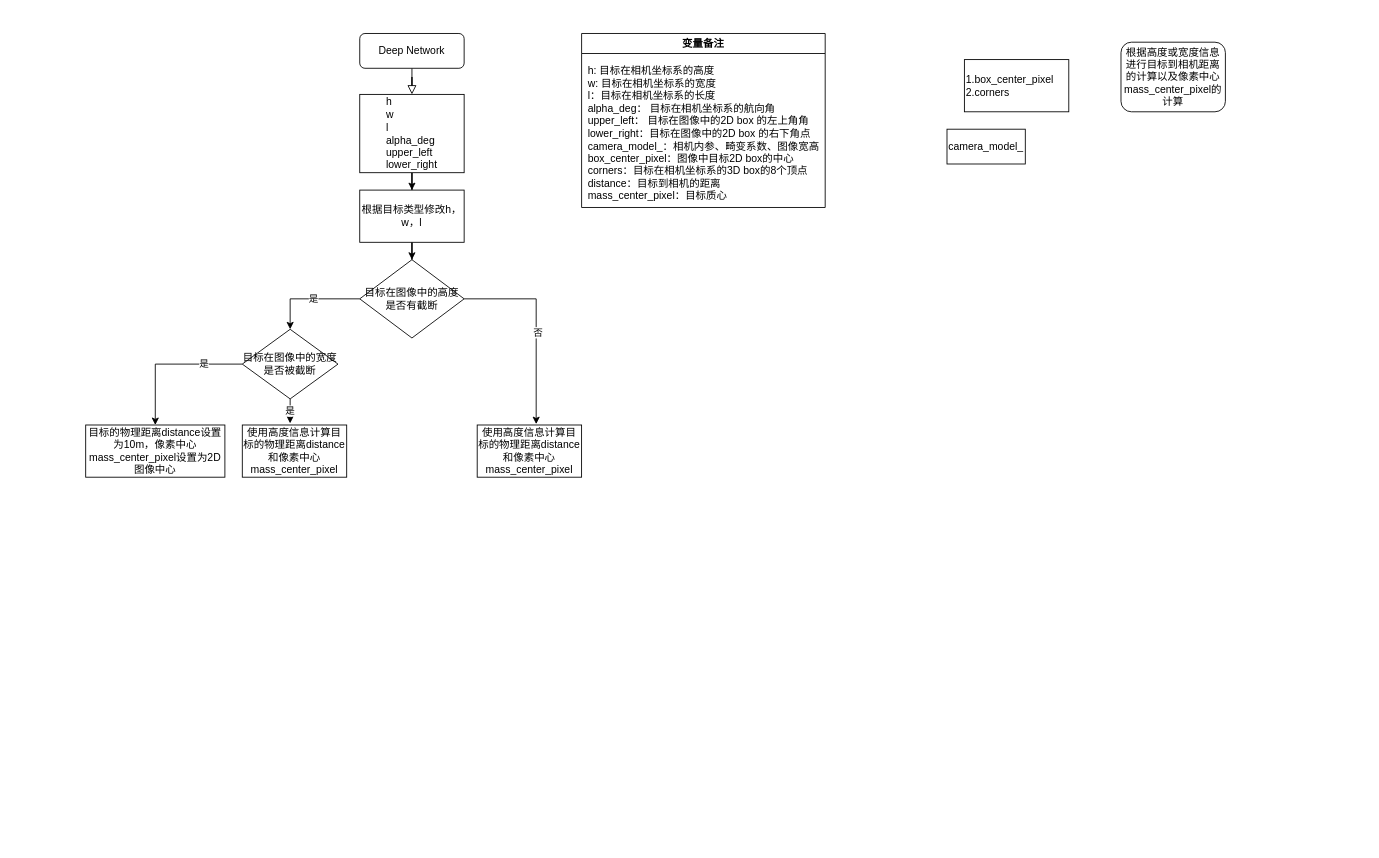
Above: apollo_2d_to_3d.drawio in bugquella/diagrams (draw.io), before the change. Source tidied: cells renumbered, new cells numbered last; positions are measured from the earlier drawing's top-left corner, leaving out a move shared by most shapes. Both pictures are drawn from the tidied source at 87%, with x=0, y=0 at pixel (85, 33).
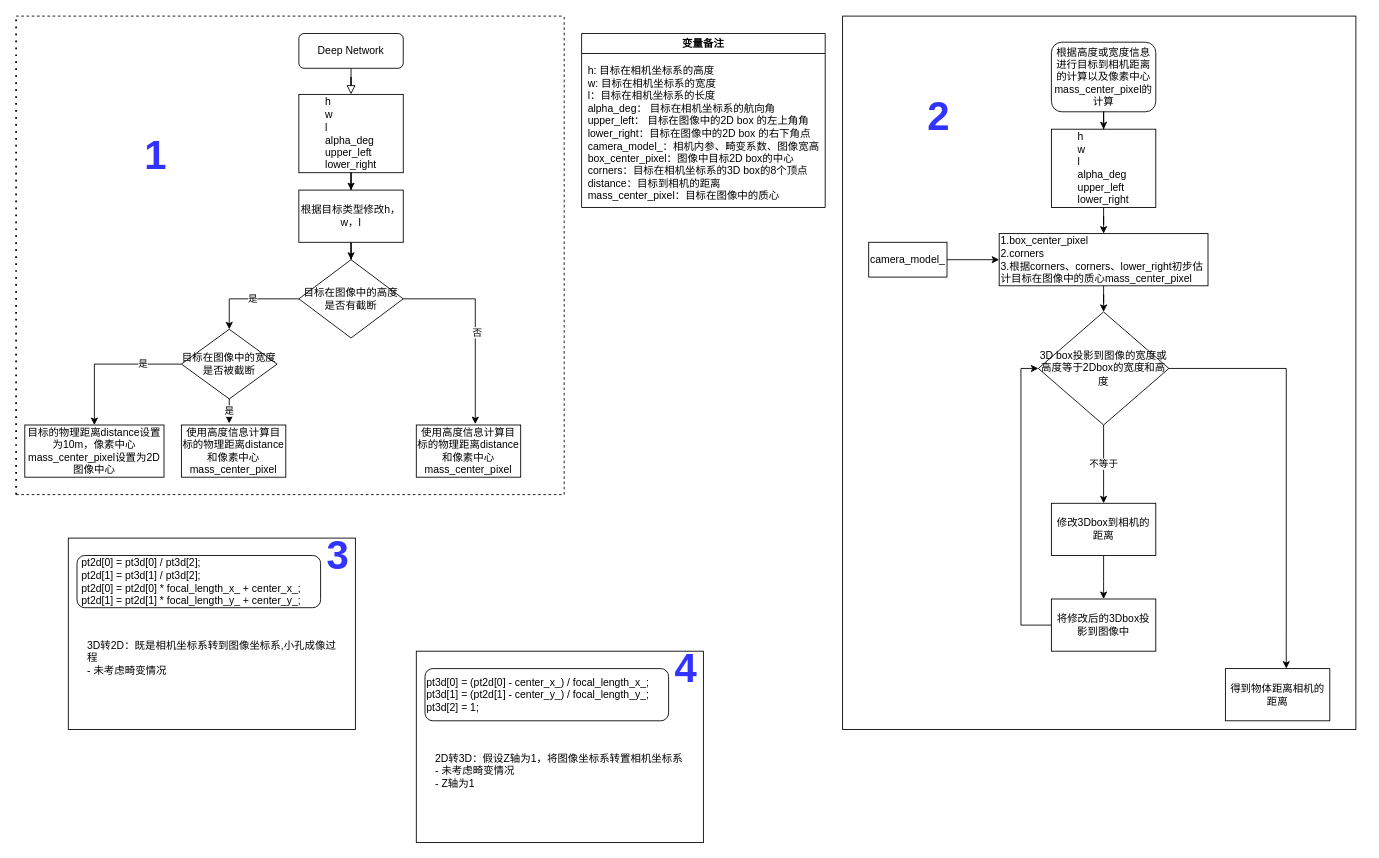
The same diagram, later.

The change refers to these unchanged cells:
```xml
<mxCell id="4" value="变量备注" style="swimlane;" parent="1" vertex="1">
  <mxGeometry x="570" width="280" height="200" as="geometry" />
</mxCell>
```

Diff of the diagram source:
```diff
@@
-    <mxCell id="2" style="rounded=0;html=1;jettySize=auto;fontSize=11;endArrow=block;endFill=0;endSize=8;strokeWidth=1;shadow=0;labelBackgroundColor=none;edgeStyle=orthogonalEdgeStyle;entryX=0.5;entryY=0;entryDx=0;entryDy=0;" parent="1" edge="1" source="3" target="7">
-      <mxGeometry relative="1" as="geometry" />
-    </mxCell>
-    <mxCell id="3" value="Deep Network" style="rounded=1;whiteSpace=wrap;html=1;fontSize=12;glass=0;strokeWidth=1;shadow=0;" parent="1" vertex="1">
-      <mxGeometry x="315" width="120" height="40" as="geometry" />
-    </mxCell>
@@
-    <mxCell id="5" value="&lt;div align=&quot;left&quot;&gt;h: 目标在相机坐标系的高度&lt;br&gt;w: 目标在相机坐标系的宽度&lt;br&gt;l：目标在相机坐标系的长度&lt;br&gt;alpha_deg： 目标在相机坐标系的航向角&lt;/div&gt;&lt;div align=&quot;left&quot;&gt;upper_left： 目标在图像中的2D box 的左上角角&lt;br&gt;lower_right：目标在图像中的2D box 的右下角点&lt;br&gt;&lt;div&gt;camera_model_：相机内参、畸变系数、图像宽高&lt;/div&gt;&lt;div&gt;box_center_pixel：图像中目标2D box的中心&lt;/div&gt;&lt;div&gt;corners：目标在相机坐标系的3D box的8个顶点&lt;/div&gt;&lt;div&gt;distance：目标到相机的距离&lt;/div&gt;&lt;div&gt;mass_center_pixel：目标质心&lt;/div&gt;&lt;/div&gt;" style="text;html=1;align=center;verticalAlign=middle;strokeColor=none;" parent="4" vertex="1">
+    <mxCell id="5" value="&lt;div align=&quot;left&quot;&gt;h: 目标在相机坐标系的高度&lt;br&gt;w: 目标在相机坐标系的宽度&lt;br&gt;l：目标在相机坐标系的长度&lt;br&gt;alpha_deg： 目标在相机坐标系的航向角&lt;/div&gt;&lt;div align=&quot;left&quot;&gt;upper_left： 目标在图像中的2D box 的左上角角&lt;br&gt;lower_right：目标在图像中的2D box 的右下角点&lt;br&gt;&lt;div&gt;camera_model_：相机内参、畸变系数、图像宽高&lt;/div&gt;&lt;div&gt;box_center_pixel：图像中目标2D box的中心&lt;/div&gt;&lt;div&gt;corners：目标在相机坐标系的3D box的8个顶点&lt;/div&gt;&lt;div&gt;distance：目标到相机的距离&lt;/div&gt;&lt;div&gt;mass_center_pixel：目标在图像中的质心&lt;/div&gt;&lt;/div&gt;" style="text;html=1;align=center;verticalAlign=middle;strokeColor=none;" parent="4" vertex="1">
       <mxGeometry y="35" width="280" height="160" as="geometry" />
     </mxCell>
-    <mxCell id="6" style="edgeStyle=orthogonalEdgeStyle;rounded=0;jettySize=auto;html=1;" parent="1" edge="1" source="7" target="15">
-      <mxGeometry relative="1" as="geometry" />
-    </mxCell>
+    <mxCell id="25" style="group;" parent="1" vertex="1">
+      <mxGeometry x="-80" y="-20" width="630" height="550" as="geometry" />
+    </mxCell>
+    <mxCell id="26" style="group;" parent="25" vertex="1">
+      <mxGeometry x="10" y="20" width="570" height="510" as="geometry" />
+    </mxCell>
+    <mxCell id="3" value="Deep Network" style="rounded=1;whiteSpace=wrap;html=1;fontSize=12;glass=0;strokeWidth=1;shadow=0;" parent="26" vertex="1">
+      <mxGeometry x="315" width="120" height="40" as="geometry" />
+    </mxCell>
-    <mxCell id="7" value="&lt;div align=&quot;left&quot;&gt;h&lt;br&gt;w&lt;br&gt;l&lt;br&gt;alpha_deg&lt;/div&gt;&lt;div align=&quot;left&quot;&gt;upper_left&lt;br&gt;lower_right&lt;/div&gt;" style="rounded=0;whiteSpace=wrap;html=1;" parent="1" vertex="1">
+    <mxCell id="7" value="&lt;div align=&quot;left&quot;&gt;h&lt;br&gt;w&lt;br&gt;l&lt;br&gt;alpha_deg&lt;/div&gt;&lt;div align=&quot;left&quot;&gt;upper_left&lt;br&gt;lower_right&lt;/div&gt;" style="rounded=0;whiteSpace=wrap;html=1;" parent="26" vertex="1">
       <mxGeometry x="315" y="70" width="120" height="90" as="geometry" />
     </mxCell>
+    <mxCell id="2" style="rounded=0;html=1;jettySize=auto;fontSize=11;endArrow=block;endFill=0;endSize=8;strokeWidth=1;shadow=0;labelBackgroundColor=none;edgeStyle=orthogonalEdgeStyle;entryX=0.5;entryY=0;entryDx=0;entryDy=0;" parent="26" edge="1" source="3" target="7">
+      <mxGeometry relative="1" as="geometry" />
+    </mxCell>
+    <mxCell id="12" value="&lt;div&gt;目标在图像中的高度是否有截断&lt;/div&gt;" style="rhombus;whiteSpace=wrap;html=1;align=center;" parent="26" vertex="1">
+      <mxGeometry x="315" y="260" width="120" height="90" as="geometry" />
+    </mxCell>
+    <mxCell id="13" value="使用高度信息计算目标的物理距离distance和像素中心mass_center_pixel" style="rounded=0;whiteSpace=wrap;html=1;align=center;" parent="26" vertex="1">
+      <mxGeometry x="450" y="450" width="120" height="60" as="geometry" />
+    </mxCell>
-    <mxCell id="8" style="edgeStyle=orthogonalEdgeStyle;rounded=0;jettySize=auto;html=1;entryX=0.565;entryY=-0.017;entryDx=0;entryDy=0;entryPerimeter=0;" parent="1" edge="1" source="12" target="13">
+    <mxCell id="8" style="edgeStyle=orthogonalEdgeStyle;rounded=0;jettySize=auto;html=1;entryX=0.565;entryY=-0.017;entryDx=0;entryDy=0;entryPerimeter=0;" parent="26" edge="1" source="12" target="13">
       <mxGeometry relative="1" as="geometry" />
     </mxCell>
@@
+    <mxCell id="14" style="edgeStyle=orthogonalEdgeStyle;rounded=0;jettySize=auto;html=1;" parent="26" edge="1" source="15" target="12">
+      <mxGeometry relative="1" as="geometry" />
+    </mxCell>
+    <mxCell id="15" value="根据目标类型修改h，w，l" style="rounded=0;whiteSpace=wrap;html=1;align=center;" parent="26" vertex="1">
+      <mxGeometry x="315" y="180" width="120" height="60" as="geometry" />
+    </mxCell>
+    <mxCell id="6" style="edgeStyle=orthogonalEdgeStyle;rounded=0;jettySize=auto;html=1;" parent="26" edge="1" source="7" target="15">
+      <mxGeometry relative="1" as="geometry" />
+    </mxCell>
+    <mxCell id="19" value="目标在图像中的宽度是否被截断" style="rhombus;whiteSpace=wrap;html=1;align=center;" parent="26" vertex="1">
+      <mxGeometry x="180" y="340" width="110" height="80" as="geometry" />
+    </mxCell>
-    <mxCell id="10" style="edgeStyle=orthogonalEdgeStyle;rounded=0;jettySize=auto;html=1;entryX=0.5;entryY=0;entryDx=0;entryDy=0;" parent="1" edge="1" source="12" target="19">
+    <mxCell id="10" style="edgeStyle=orthogonalEdgeStyle;rounded=0;jettySize=auto;html=1;entryX=0.5;entryY=0;entryDx=0;entryDy=0;" parent="26" edge="1" source="12" target="19">
       <mxGeometry relative="1" as="geometry" />
     </mxCell>
@@
-    <mxCell id="12" value="&lt;div&gt;目标在图像中的高度是否有截断&lt;/div&gt;" style="rhombus;whiteSpace=wrap;html=1;align=center;" parent="1" vertex="1">
-      <mxGeometry x="315" y="260" width="120" height="90" as="geometry" />
-    </mxCell>
-    <mxCell id="13" value="使用高度信息计算目标的物理距离distance和像素中心mass_center_pixel" style="rounded=0;whiteSpace=wrap;html=1;align=center;" parent="1" vertex="1">
-      <mxGeometry x="450" y="450" width="120" height="60" as="geometry" />
-    </mxCell>
-    <mxCell id="14" style="edgeStyle=orthogonalEdgeStyle;rounded=0;jettySize=auto;html=1;" parent="1" edge="1" source="15" target="12">
-      <mxGeometry relative="1" as="geometry" />
-    </mxCell>
-    <mxCell id="15" value="根据目标类型修改h，w，l" style="rounded=0;whiteSpace=wrap;html=1;align=center;" parent="1" vertex="1">
-      <mxGeometry x="315" y="180" width="120" height="60" as="geometry" />
-    </mxCell>
+    <mxCell id="20" value="目标的物理距离distance设置为10m，像素中心mass_center_pixel设置为2D图像中心" style="rounded=0;whiteSpace=wrap;html=1;align=center;" parent="26" vertex="1">
+      <mxGeometry y="450" width="160" height="60" as="geometry" />
+    </mxCell>
-    <mxCell id="16" style="edgeStyle=orthogonalEdgeStyle;rounded=0;jettySize=auto;html=1;entryX=0.5;entryY=0;entryDx=0;entryDy=0;" parent="1" edge="1" source="19" target="20">
+    <mxCell id="16" style="edgeStyle=orthogonalEdgeStyle;rounded=0;jettySize=auto;html=1;entryX=0.5;entryY=0;entryDx=0;entryDy=0;" parent="26" edge="1" source="19" target="20">
       <mxGeometry relative="1" as="geometry" />
     </mxCell>
@@
+    <mxCell id="21" value="使用高度信息计算目标的物理距离distance和像素中心mass_center_pixel" style="rounded=0;whiteSpace=wrap;html=1;align=center;" parent="26" vertex="1">
+      <mxGeometry x="180" y="450" width="120" height="60" as="geometry" />
+    </mxCell>
-    <mxCell id="18" value="是" style="edgeStyle=orthogonalEdgeStyle;rounded=0;jettySize=auto;html=1;entryX=0.458;entryY=-0.031;entryDx=0;entryDy=0;entryPerimeter=0;" parent="1" edge="1" source="19" target="21">
+    <mxCell id="18" value="是" style="edgeStyle=orthogonalEdgeStyle;rounded=0;jettySize=auto;html=1;entryX=0.458;entryY=-0.031;entryDx=0;entryDy=0;entryPerimeter=0;" parent="26" edge="1" source="19" target="21">
       <mxGeometry relative="1" as="geometry">
         <Array as="points">
           <mxPoint x="235" y="430" />
           <mxPoint x="235" y="430" />
         </Array>
       </mxGeometry>
     </mxCell>
-    <mxCell id="19" value="目标在图像中的宽度是否被截断" style="rhombus;whiteSpace=wrap;html=1;align=center;" parent="1" vertex="1">
-      <mxGeometry x="180" y="340" width="110" height="80" as="geometry" />
-    </mxCell>
-    <mxCell id="20" value="目标的物理距离distance设置为10m，像素中心mass_center_pixel设置为2D图像中心" style="rounded=0;whiteSpace=wrap;html=1;align=center;" parent="1" vertex="1">
-      <mxGeometry y="450" width="160" height="60" as="geometry" />
-    </mxCell>
-    <mxCell id="21" value="使用高度信息计算目标的物理距离distance和像素中心mass_center_pixel" style="rounded=0;whiteSpace=wrap;html=1;align=center;" parent="1" vertex="1">
-      <mxGeometry x="180" y="450" width="120" height="60" as="geometry" />
-    </mxCell>
+    <mxCell id="27" value="&lt;font style=&quot;font-size: 46px&quot; color=&quot;#3333FF&quot;&gt;&lt;b&gt;1&lt;/b&gt;&lt;/font&gt;" style="text;html=1;align=center;verticalAlign=middle;strokeColor=none;" parent="26" vertex="1">
+      <mxGeometry x="130" y="125" width="40" height="30" as="geometry" />
+    </mxCell>
+    <mxCell id="28" style="endArrow=none;dashed=1;html=1;" parent="26" edge="1">
+      <mxGeometry relative="1" as="geometry">
+        <mxPoint x="-10" y="-20" as="sourcePoint" />
+        <mxPoint x="620" y="-20" as="targetPoint" />
+      </mxGeometry>
+    </mxCell>
+    <mxCell id="29" style="endArrow=none;dashed=1;html=1;dashPattern=1 3;strokeWidth=2;" parent="25" edge="1">
+      <mxGeometry relative="1" as="geometry">
+        <mxPoint y="550" as="sourcePoint" />
+        <mxPoint as="targetPoint" />
+      </mxGeometry>
+    </mxCell>
+    <mxCell id="30" style="endArrow=none;dashed=1;html=1;" parent="25" edge="1">
+      <mxGeometry relative="1" as="geometry">
+        <mxPoint y="550" as="sourcePoint" />
+        <mxPoint x="630" y="550" as="targetPoint" />
+      </mxGeometry>
+    </mxCell>
+    <mxCell id="31" style="endArrow=none;dashed=1;html=1;" parent="25" edge="1">
+      <mxGeometry relative="1" as="geometry">
+        <mxPoint x="630" y="550" as="sourcePoint" />
+        <mxPoint x="630" as="targetPoint" />
+      </mxGeometry>
+    </mxCell>
+    <mxCell id="32" style="group;" parent="1" vertex="1">
+      <mxGeometry x="870" y="-20" width="600" height="830" as="geometry" />
+    </mxCell>
+    <mxCell id="33" style="rounded=0;whiteSpace=wrap;html=1;align=center;" parent="32" vertex="1">
+      <mxGeometry width="590" height="820" as="geometry" />
+    </mxCell>
+    <mxCell id="34" style="group;" parent="32" vertex="1">
+      <mxGeometry x="30" y="30" width="570" height="800" as="geometry" />
+    </mxCell>
-    <mxCell id="22" value="根据高度或宽度信息进行目标到相机距离的计算以及像素中心mass_center_pixel的计算" style="rounded=1;whiteSpace=wrap;html=1;fontSize=12;glass=0;strokeWidth=1;shadow=0;" parent="1" vertex="1">
-      <mxGeometry x="1190" y="10" width="120" height="80" as="geometry" />
+    <mxCell id="22" value="根据高度或宽度信息进行目标到相机距离的计算以及像素中心mass_center_pixel的计算" style="rounded=1;whiteSpace=wrap;html=1;fontSize=12;glass=0;strokeWidth=1;shadow=0;" parent="34" vertex="1">
+      <mxGeometry x="210" width="120" height="80" as="geometry" />
     </mxCell>
-    <mxCell id="23" value="&lt;div&gt;camera_model_&lt;/div&gt;" style="rounded=0;whiteSpace=wrap;html=1;" parent="1" vertex="1">
-      <mxGeometry x="990" y="110" width="90" height="40" as="geometry" />
+    <mxCell id="23" value="&lt;div&gt;camera_model_&lt;/div&gt;" style="rounded=0;whiteSpace=wrap;html=1;" parent="34" vertex="1">
+      <mxGeometry y="230" width="90" height="40" as="geometry" />
     </mxCell>
-    <mxCell id="24" value="&lt;div&gt;1.box_center_pixel&lt;/div&gt;&lt;div&gt;2.corners&lt;br&gt;&lt;/div&gt;" style="rounded=0;whiteSpace=wrap;html=1;align=left;" parent="1" vertex="1">
-      <mxGeometry x="1010" y="30" width="120" height="60" as="geometry" />
+    <mxCell id="24" value="&lt;div&gt;1.box_center_pixel&lt;/div&gt;&lt;div&gt;2.corners&lt;/div&gt;&lt;div&gt;3.根据corners、corners、lower_right初步估计目标在图像中的质心mass_center_pixel&lt;/div&gt;" style="rounded=0;whiteSpace=wrap;html=1;align=left;" parent="34" vertex="1">
+      <mxGeometry x="150" y="220" width="240" height="60" as="geometry" />
     </mxCell>
+    <mxCell id="35" style="edgeStyle=orthogonalEdgeStyle;rounded=0;jettySize=auto;html=1;" parent="34" edge="1" source="23" target="24">
+      <mxGeometry relative="1" as="geometry" />
+    </mxCell>
+    <mxCell id="36" style="edgeStyle=orthogonalEdgeStyle;rounded=0;jettySize=auto;html=1;" parent="34" edge="1" source="37" target="24">
+      <mxGeometry relative="1" as="geometry" />
+    </mxCell>
+    <mxCell id="37" value="&lt;div align=&quot;left&quot;&gt;h&lt;br&gt;w&lt;br&gt;l&lt;br&gt;alpha_deg&lt;/div&gt;&lt;div align=&quot;left&quot;&gt;upper_left&lt;br&gt;lower_right&lt;/div&gt;" style="rounded=0;whiteSpace=wrap;html=1;" parent="34" vertex="1">
+      <mxGeometry x="210" y="100" width="120" height="90" as="geometry" />
+    </mxCell>
+    <mxCell id="38" style="edgeStyle=orthogonalEdgeStyle;rounded=0;jettySize=auto;html=1;" parent="34" edge="1" source="22" target="37">
+      <mxGeometry relative="1" as="geometry" />
+    </mxCell>
+    <mxCell id="39" value="3D box投影到图像的宽度或高度等于2Dbox的宽度和高度" style="rhombus;whiteSpace=wrap;html=1;align=center;" parent="34" vertex="1">
+      <mxGeometry x="195" y="310" width="150" height="130" as="geometry" />
+    </mxCell>
+    <mxCell id="40" style="edgeStyle=orthogonalEdgeStyle;rounded=0;jettySize=auto;html=1;" parent="34" edge="1" source="24" target="39">
+      <mxGeometry relative="1" as="geometry" />
+    </mxCell>
+    <mxCell id="41" style="edgeStyle=orthogonalEdgeStyle;rounded=0;jettySize=auto;html=1;entryX=0;entryY=0.5;entryDx=0;entryDy=0;" parent="34" edge="1" source="42" target="39">
+      <mxGeometry relative="1" as="geometry">
+        <Array as="points">
+          <mxPoint x="175" y="670" />
+          <mxPoint x="175" y="375" />
+        </Array>
+      </mxGeometry>
+    </mxCell>
+    <mxCell id="42" value="将修改后的3Dbox投影到图像中" style="rounded=0;whiteSpace=wrap;html=1;align=center;" parent="34" vertex="1">
+      <mxGeometry x="210" y="640" width="120" height="60" as="geometry" />
+    </mxCell>
+    <mxCell id="43" style="edgeStyle=orthogonalEdgeStyle;rounded=0;jettySize=auto;html=1;" parent="34" edge="1" source="44" target="42">
+      <mxGeometry relative="1" as="geometry">
+        <Array as="points">
+          <mxPoint x="270" y="620" />
+          <mxPoint x="270" y="620" />
+        </Array>
+      </mxGeometry>
+    </mxCell>
+    <mxCell id="44" value="修改3Dbox到相机的距离" style="rounded=0;whiteSpace=wrap;html=1;align=center;" parent="34" vertex="1">
+      <mxGeometry x="210" y="530" width="120" height="60" as="geometry" />
+    </mxCell>
+    <mxCell id="45" value="不等于" style="edgeStyle=orthogonalEdgeStyle;rounded=0;jettySize=auto;html=1;" parent="34" edge="1" source="39" target="44">
+      <mxGeometry relative="1" as="geometry" />
+    </mxCell>
+    <mxCell id="46" value="得到物体距离相机的距离" style="rounded=0;whiteSpace=wrap;html=1;align=center;" parent="34" vertex="1">
+      <mxGeometry x="410" y="720" width="120" height="60" as="geometry" />
+    </mxCell>
+    <mxCell id="47" style="edgeStyle=orthogonalEdgeStyle;rounded=0;jettySize=auto;html=1;exitX=1;exitY=0.5;exitDx=0;exitDy=0;entryX=0.583;entryY=0;entryDx=0;entryDy=0;entryPerimeter=0;" parent="34" edge="1" source="39" target="46">
+      <mxGeometry relative="1" as="geometry" />
+    </mxCell>
+    <mxCell id="48" value="&lt;font style=&quot;font-size: 46px&quot; color=&quot;#3333FF&quot;&gt;&lt;b&gt;2&lt;/b&gt;&lt;/font&gt;" style="text;html=1;align=center;verticalAlign=middle;strokeColor=none;" parent="34" vertex="1">
+      <mxGeometry x="60" y="70" width="40" height="30" as="geometry" />
+    </mxCell>
+    <mxCell id="49" style="group;" parent="1" vertex="1">
+      <mxGeometry x="-20" y="580" width="330" height="220" as="geometry" />
+    </mxCell>
+    <mxCell id="50" style="rounded=0;whiteSpace=wrap;html=1;align=left;" parent="49" vertex="1">
+      <mxGeometry width="330" height="220" as="geometry" />
+    </mxCell>
+    <mxCell id="51" value="&amp;nbsp;pt2d[0] = pt3d[0] / pt3d[2];&lt;br&gt;&lt;div&gt;&amp;nbsp;pt2d[1] = pt3d[1] / pt3d[2];&lt;/div&gt;&lt;div&gt;&amp;nbsp;pt2d[0] = pt2d[0] * focal_length_x_ + center_x_;&lt;br&gt;&amp;nbsp;pt2d[1]  = pt2d[1] * focal_length_y_ + center_y_;&lt;br&gt;&lt;/div&gt;" style="rounded=1;whiteSpace=wrap;html=1;align=left;" parent="49" vertex="1">
+      <mxGeometry x="10" y="20" width="280" height="60" as="geometry" />
+    </mxCell>
+    <mxCell id="52" value="&lt;div align=&quot;left&quot;&gt;3D转2D：既是相机坐标系转到图像坐标系,小孔成像过程&lt;/div&gt;&lt;div align=&quot;left&quot;&gt;- 未考虑畸变情况&lt;br&gt;&lt;/div&gt;&lt;div align=&quot;left&quot;&gt;&lt;br&gt;&lt;/div&gt;" style="text;html=1;strokeColor=none;fillColor=none;align=left;verticalAlign=middle;whiteSpace=wrap;rounded=0;" parent="49" vertex="1">
+      <mxGeometry x="20" y="110" width="300" height="70" as="geometry" />
+    </mxCell>
+    <mxCell id="53" value="&lt;font style=&quot;font-size: 46px&quot; color=&quot;#3333FF&quot;&gt;&lt;b&gt;3&lt;/b&gt;&lt;/font&gt;" style="text;html=1;strokeColor=none;fillColor=none;align=center;verticalAlign=middle;whiteSpace=wrap;rounded=0;" parent="49" vertex="1">
+      <mxGeometry x="290" y="10" width="40" height="20" as="geometry" />
+    </mxCell>
+    <mxCell id="54" style="group;" parent="1" vertex="1">
+      <mxGeometry x="380" y="710" width="330" height="220" as="geometry" />
+    </mxCell>
+    <mxCell id="55" style="rounded=0;whiteSpace=wrap;html=1;align=left;" parent="54" vertex="1">
+      <mxGeometry width="330" height="220" as="geometry" />
+    </mxCell>
+    <mxCell id="56" value="pt3d[0] = (pt2d[0] - center_x_) / focal_length_x_;&lt;br&gt;&lt;div&gt;pt3d[1] = (pt2d[1] - center_y_) / focal_length_y_;&lt;/div&gt;&lt;div&gt;pt3d[2] = 1;&lt;br&gt;&lt;/div&gt;" style="rounded=1;whiteSpace=wrap;html=1;align=left;" parent="54" vertex="1">
+      <mxGeometry x="10" y="20" width="280" height="60" as="geometry" />
+    </mxCell>
+    <mxCell id="57" value="&lt;div align=&quot;left&quot;&gt;2D转3D：假设Z轴为1，将图像坐标系转置相机坐标系&lt;/div&gt;&lt;div align=&quot;left&quot;&gt;- 未考虑畸变情况&lt;/div&gt;&lt;div align=&quot;left&quot;&gt;- Z轴为1&lt;br&gt;&lt;/div&gt;&lt;div align=&quot;left&quot;&gt;&lt;br&gt;&lt;/div&gt;" style="text;html=1;strokeColor=none;fillColor=none;align=left;verticalAlign=middle;whiteSpace=wrap;rounded=0;" parent="54" vertex="1">
+      <mxGeometry x="20" y="110" width="300" height="70" as="geometry" />
+    </mxCell>
+    <mxCell id="58" value="&lt;font style=&quot;font-size: 46px&quot; color=&quot;#3333FF&quot;&gt;&lt;b&gt;4&lt;/b&gt;&lt;/font&gt;" style="text;html=1;strokeColor=none;fillColor=none;align=center;verticalAlign=middle;whiteSpace=wrap;rounded=0;" parent="54" vertex="1">
+      <mxGeometry x="290" y="10" width="40" height="20" as="geometry" />
+    </mxCell>
```
